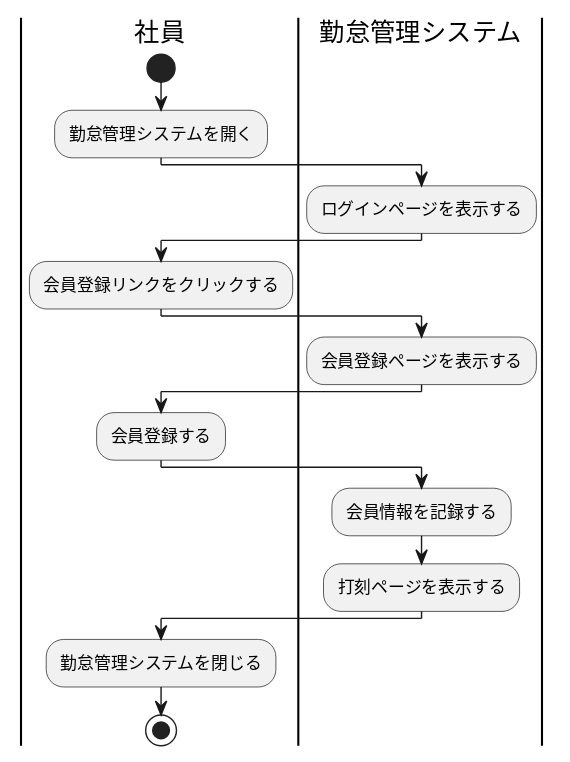
ryamao/atte keeps this PlantUML diagram as doc/行動シナリオ/会員登録.svg. Above is the earlier version.
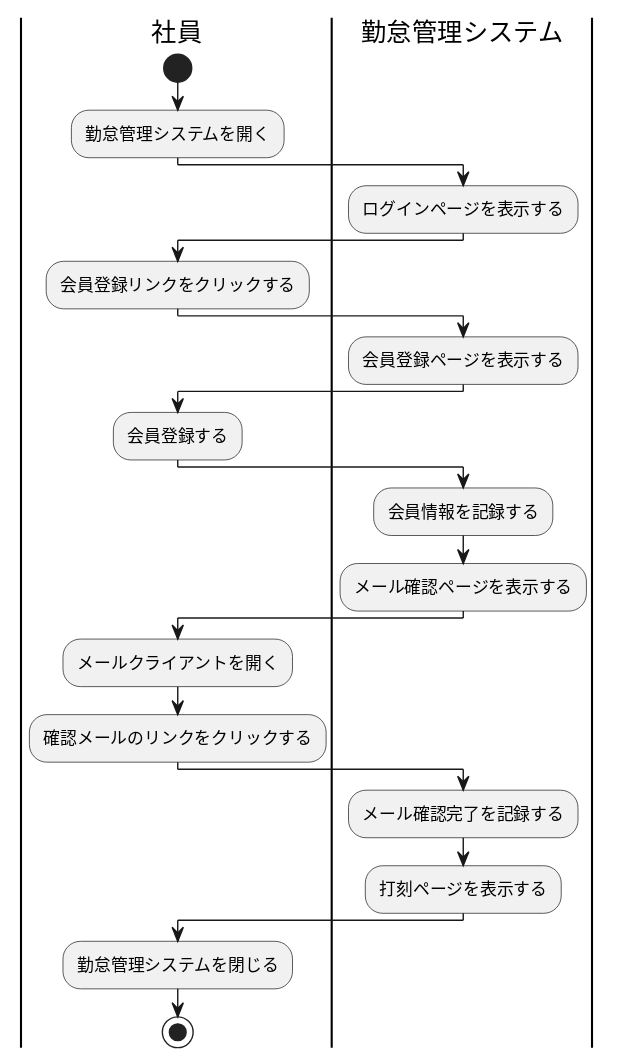
The same file after the commit.

Commit message:
doc(verify): メールによる本人確認のシナリオをドキュメントに追加する

The edit, as a diff of the source:
```diff
@@ -12,6 +12,12 @@
 :会員登録する;
 |勤怠管理システム|
 :会員情報を記録する;
+:メール確認ページを表示する;
+|社員|
+:メールクライアントを開く;
+:確認メールのリンクをクリックする;
+|勤怠管理システム|
+:メール確認完了を記録する;
 :打刻ページを表示する;
 |社員|
 :勤怠管理システムを閉じる;
```
